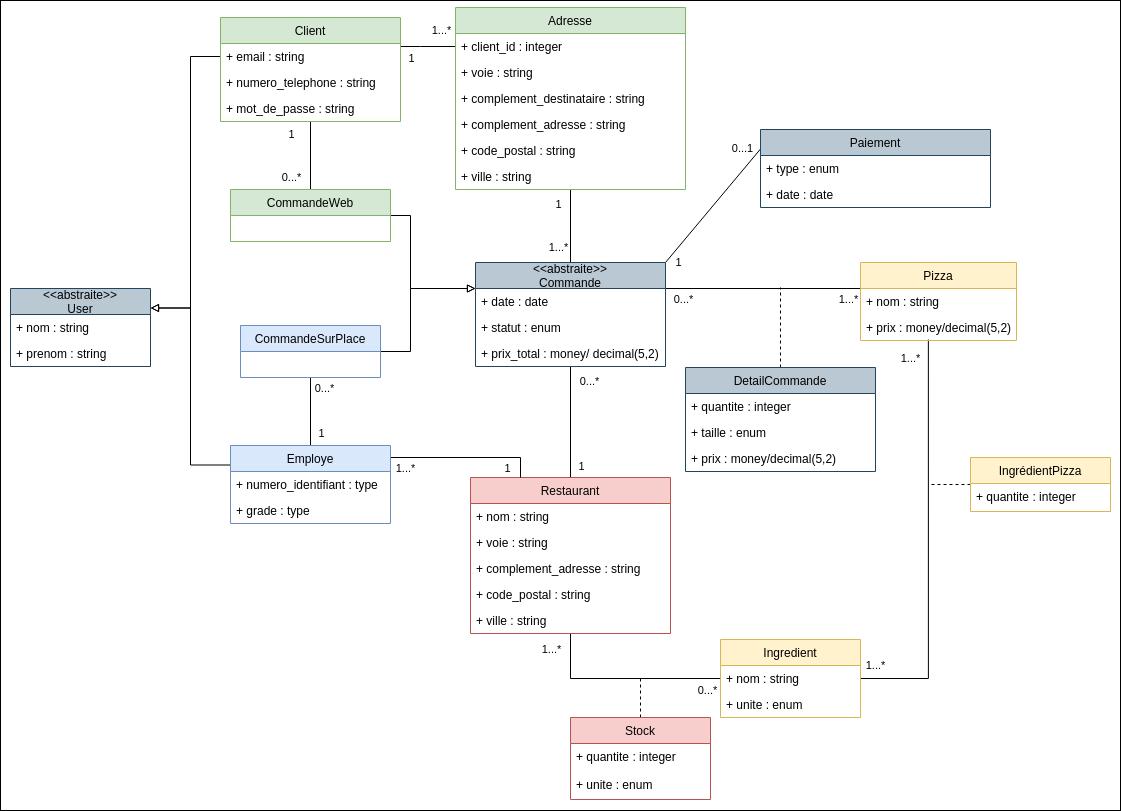
Above: P6_classe.png in micktymoon/P6_pelletier_c-line (draw.io), before the change. Source tidied: cells renumbered, new cells last; positions are measured from the earlier drawing's top-left corner, leaving out a move shared by most shapes.
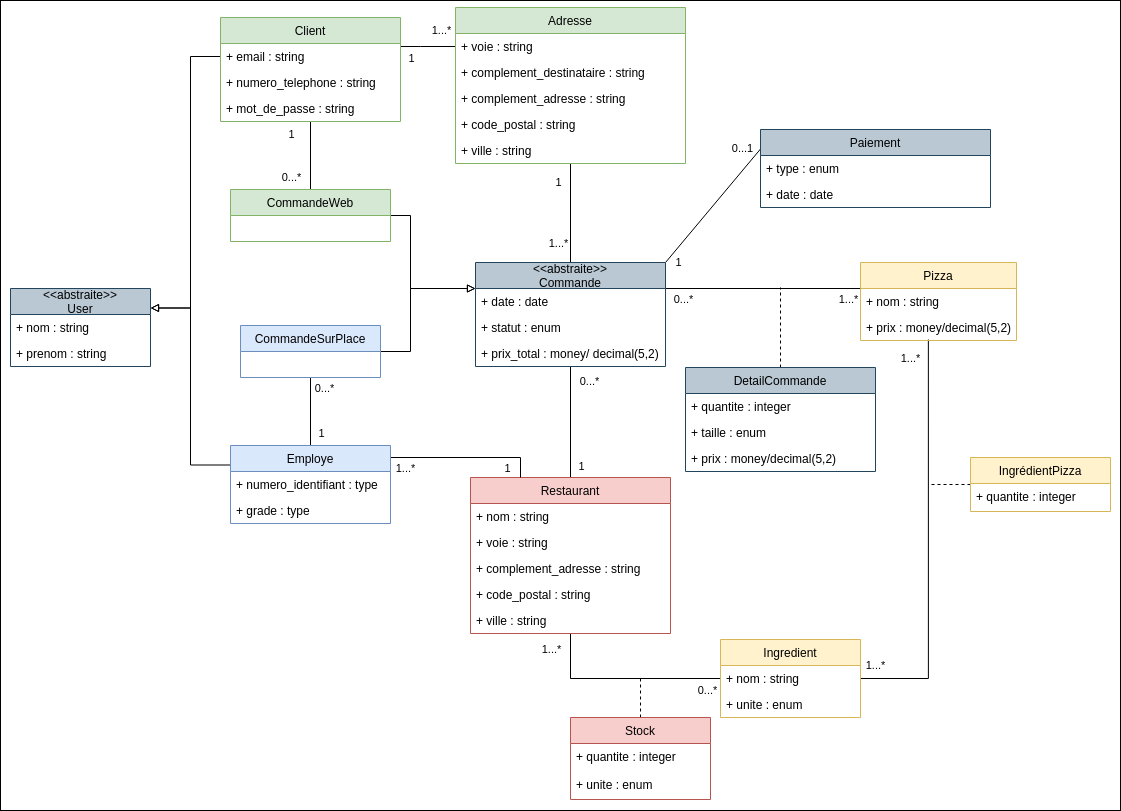
Above is the later version.

Commit message:
diag classe terminé

Change to the diagram source:
```diff
@@ -114,8 +114,9 @@
         </Array>
       </mxGeometry>
     </mxCell>
-    <mxCell id="26" style="edgeStyle=orthogonalEdgeStyle;rounded=0;jettySize=auto;html=1;exitX=1;exitY=0.25;exitDx=0;exitDy=0;entryX=0;entryY=0.5;entryDx=0;entryDy=0;endArrow=none;endFill=0;" parent="1" edge="1" source="50" target="32">
+    <mxCell id="26" style="edgeStyle=orthogonalEdgeStyle;rounded=0;jettySize=auto;html=1;exitX=1;exitY=0.25;exitDx=0;exitDy=0;entryX=0;entryY=0.5;entryDx=0;entryDy=0;endArrow=none;endFill=0;" parent="1" edge="1" source="50">
       <mxGeometry relative="1" as="geometry">
+        <mxPoint x="455" y="46" as="targetPoint" />
         <Array as="points">
           <mxPoint x="420" y="46" />
           <mxPoint x="420" y="46" />
@@ -149,25 +150,22 @@
       </mxGeometry>
     </mxCell>
     <mxCell id="31" value="Adresse" style="swimlane;fontStyle=0;horizontal=1;startSize=26;fillColor=#d5e8d4;strokeColor=#82b366;" parent="1" vertex="1">
-      <mxGeometry x="455" y="7" width="230" height="182" as="geometry" />
+      <mxGeometry x="455" y="7" width="230" height="156" as="geometry" />
     </mxCell>
-    <mxCell id="32" value="+ client_id : integer" style="text;strokeColor=none;fillColor=none;align=left;verticalAlign=top;spacingLeft=4;spacingRight=4;overflow=hidden;points=[[0,0.5],[1,0.5]];portConstraint=eastwest;" parent="31" vertex="1">
-      <mxGeometry y="26" width="230" height="26" as="geometry" />
-    </mxCell>
     <mxCell id="33" value="+ voie : string" style="text;strokeColor=none;fillColor=none;align=left;verticalAlign=top;spacingLeft=4;spacingRight=4;overflow=hidden;" parent="31" vertex="1">
-      <mxGeometry y="52" width="230" height="26" as="geometry" />
+      <mxGeometry y="26" width="230" height="26" as="geometry" />
     </mxCell>
     <mxCell id="34" value="+ complement_destinataire : string" style="text;strokeColor=none;fillColor=none;align=left;verticalAlign=top;spacingLeft=4;spacingRight=4;overflow=hidden;" parent="31" vertex="1">
-      <mxGeometry y="78" width="230" height="26" as="geometry" />
+      <mxGeometry y="52" width="230" height="26" as="geometry" />
     </mxCell>
     <mxCell id="35" value="+ complement_adresse : string" style="text;strokeColor=none;fillColor=none;align=left;verticalAlign=top;spacingLeft=4;spacingRight=4;overflow=hidden;" parent="31" vertex="1">
-      <mxGeometry y="104" width="230" height="26" as="geometry" />
+      <mxGeometry y="78" width="230" height="26" as="geometry" />
     </mxCell>
     <mxCell id="36" value="+ code_postal : string" style="text;strokeColor=none;fillColor=none;align=left;verticalAlign=top;spacingLeft=4;spacingRight=4;overflow=hidden;" parent="31" vertex="1">
-      <mxGeometry y="130" width="230" height="26" as="geometry" />
+      <mxGeometry y="104" width="230" height="26" as="geometry" />
     </mxCell>
     <mxCell id="37" value="+ ville : string" style="text;strokeColor=none;fillColor=none;align=left;verticalAlign=top;spacingLeft=4;spacingRight=4;overflow=hidden;" parent="31" vertex="1">
-      <mxGeometry y="156" width="230" height="26" as="geometry" />
+      <mxGeometry y="130" width="230" height="26" as="geometry" />
     </mxCell>
     <mxCell id="38" value="Restaurant" style="swimlane;fontStyle=0;horizontal=1;startSize=26;fillColor=#f8cecc;strokeColor=#b85450;" parent="1" vertex="1">
       <mxGeometry x="470" y="477" width="200" height="156" as="geometry" />
```
